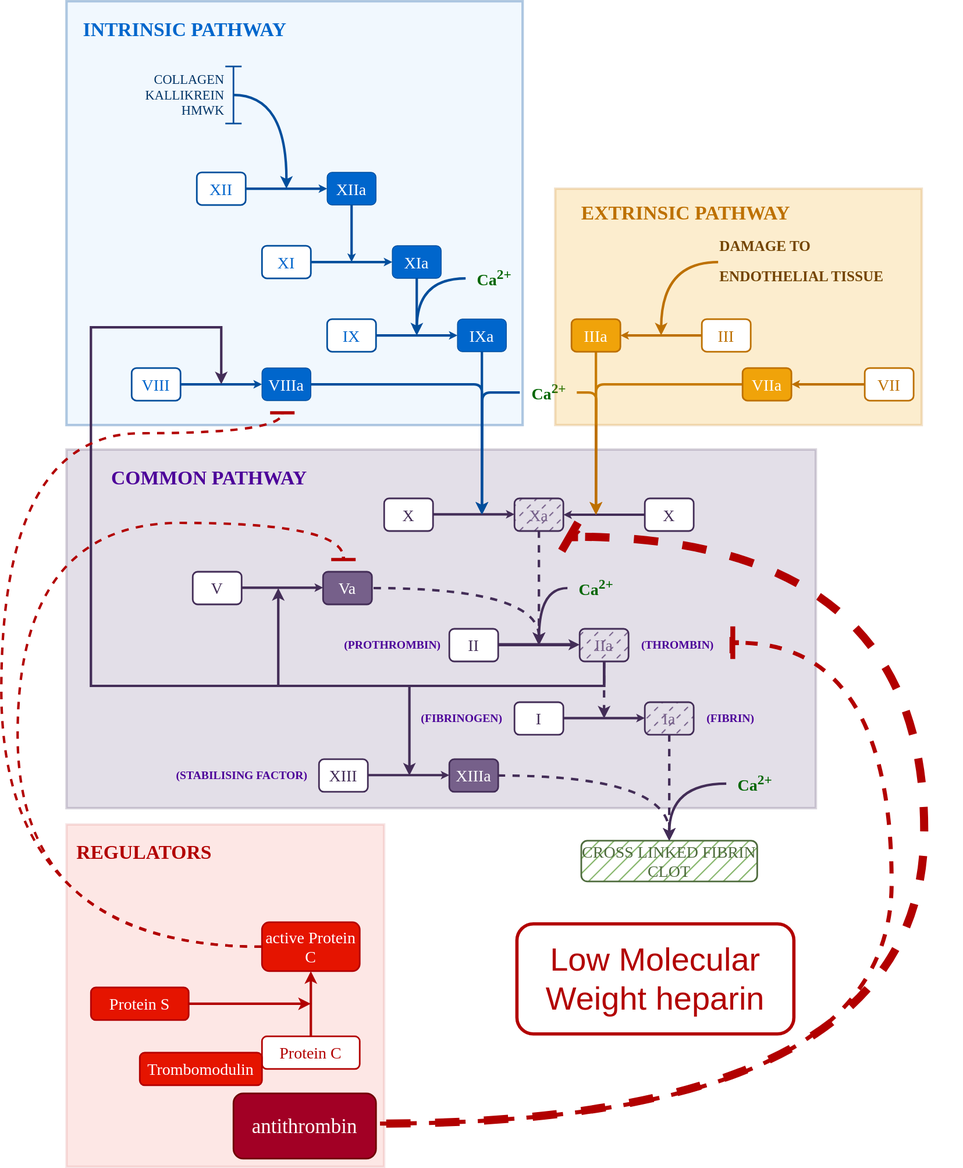
This is images/LMWH.drawio.svg from rmvpaeme/stolling, a draw.io export, as it was before one commit. Source tidied: cells renumbered, new cells last; positions are measured from the earlier drawing's top-left corner, leaving out a move shared by most shapes.
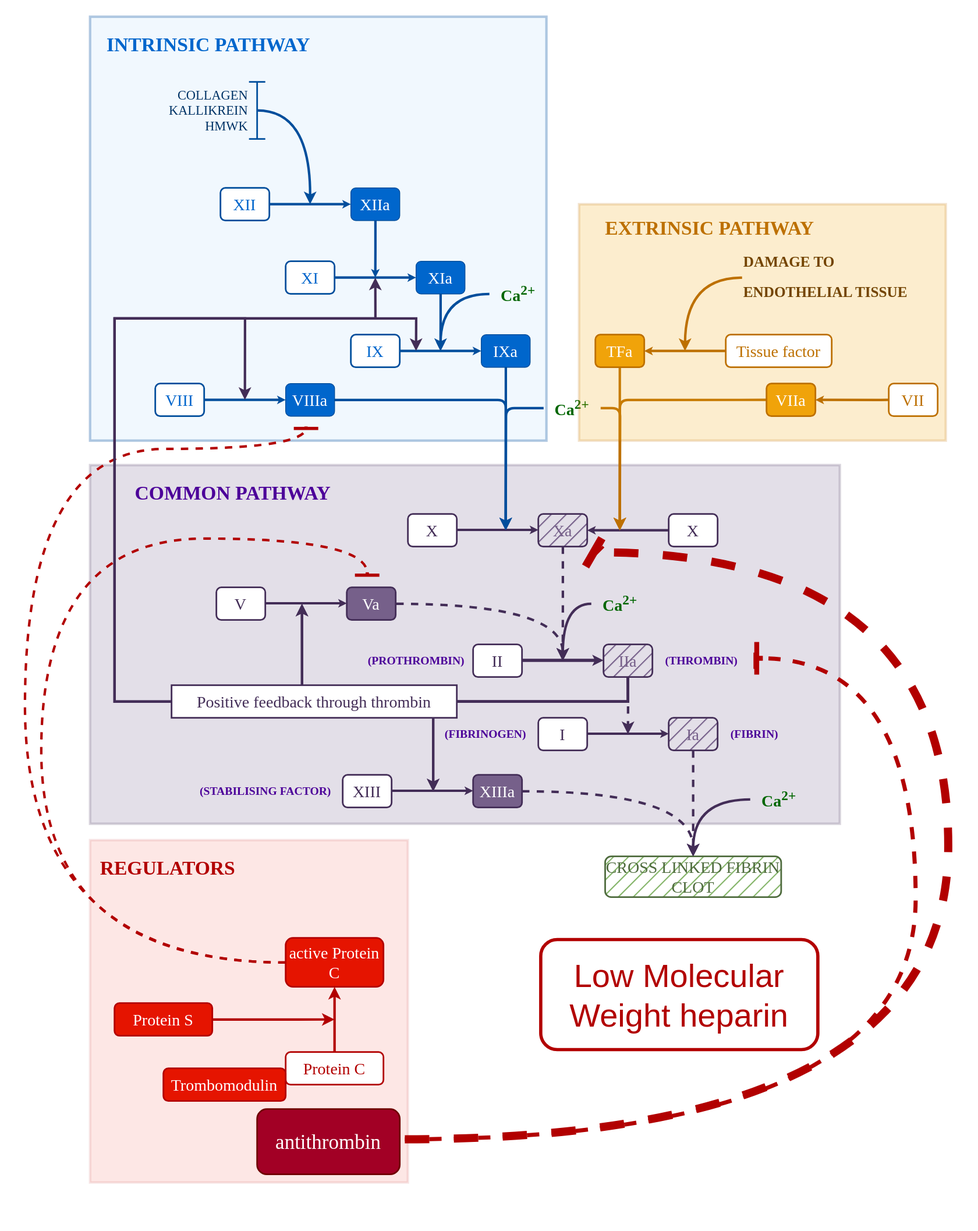
The same diagram one commit later.

What changed in the source:
```diff
@@ -1,10 +1,11 @@
 <mxGraphModel>
   <root>
     <mxCell id="0" />
+    <mxCell id="100" value="frame" parent="0" />
+    <mxCell id="101" style="rounded=0;whiteSpace=wrap;html=1;fillColor=default;strokeColor=none;opacity=0;" parent="100" vertex="1">
+      <mxGeometry x="-30" y="-20" width="1200" height="1510" as="geometry" />
+    </mxCell>
     <mxCell id="1" value="aPTT en LMWH" parent="0" />
-    <mxCell id="2" style="rounded=0;whiteSpace=wrap;html=1;strokeColor=none;" parent="1" vertex="1">
-      <mxGeometry x="80" width="1100" height="1430" as="geometry" />
-    </mxCell>
     <mxCell id="3" style="rounded=0;whiteSpace=wrap;html=1;fillColor=#e51400;strokeWidth=3;strokeColor=#B20000;opacity=10;fontColor=#ffffff;" parent="1" vertex="1">
       <mxGeometry x="80" y="1010" width="390" height="420" as="geometry" />
     </mxCell>
@@ -95,7 +96,7 @@
         <mxPoint x="660" y="790" as="targetPoint" />
       </mxGeometry>
     </mxCell>
-    <mxCell id="28" value="&lt;font face=&quot;Tahoma&quot;&gt;&lt;span style=&quot;font-size: 20px;&quot;&gt;Xa&lt;/span&gt;&lt;/font&gt;" style="rounded=1;whiteSpace=wrap;html=1;fillColor=#76608a;fontColor=#76608A;strokeColor=#432D57;strokeWidth=2;fillStyle=dashed;align=center;verticalAlign=middle;fontFamily=Helvetica;fontSize=12;" parent="1" vertex="1">
+    <mxCell id="28" value="&lt;font face=&quot;Tahoma&quot;&gt;&lt;span style=&quot;font-size: 20px;&quot;&gt;Xa&lt;/span&gt;&lt;/font&gt;" style="rounded=1;whiteSpace=wrap;html=1;fillColor=#76608a;fontColor=#76608A;strokeColor=#432D57;strokeWidth=2;fillStyle=hatch;align=center;verticalAlign=middle;fontFamily=Helvetica;fontSize=12;" parent="1" vertex="1">
       <mxGeometry x="630" y="610" width="60" height="40" as="geometry" />
     </mxCell>
     <mxCell id="29" value="&lt;font face=&quot;Tahoma&quot;&gt;&lt;span style=&quot;font-size: 20px;&quot;&gt;X&lt;/span&gt;&lt;/font&gt;" style="rounded=1;whiteSpace=wrap;html=1;strokeWidth=2;strokeColor=#432D57;fontColor=#432D57;" parent="1" vertex="1">
@@ -139,17 +140,6 @@
         </Array>
       </mxGeometry>
     </mxCell>
-    <mxCell id="38" style="edgeStyle=orthogonalEdgeStyle;rounded=0;jettySize=auto;html=1;strokeWidth=3;strokeColor=#432D57;flowAnimation=0;" parent="1" edge="1" source="40">
-      <mxGeometry relative="1" as="geometry">
-        <mxPoint x="270" y="470" as="targetPoint" />
-        <Array as="points">
-          <mxPoint x="740" y="840" />
-          <mxPoint x="110" y="840" />
-          <mxPoint x="110" y="400" />
-          <mxPoint x="270" y="400" />
-        </Array>
-      </mxGeometry>
-    </mxCell>
     <mxCell id="39" style="edgeStyle=orthogonalEdgeStyle;rounded=0;jettySize=auto;html=1;strokeWidth=3;strokeColor=#432D57;flowAnimation=0;" parent="1" edge="1" source="40">
       <mxGeometry relative="1" as="geometry">
         <mxPoint x="500" y="950" as="targetPoint" />
@@ -159,7 +149,7 @@
         </Array>
       </mxGeometry>
     </mxCell>
-    <mxCell id="40" value="&lt;font face=&quot;Tahoma&quot;&gt;&lt;span style=&quot;font-size: 20px;&quot;&gt;IIa&lt;/span&gt;&lt;/font&gt;" style="rounded=1;whiteSpace=wrap;html=1;fillColor=#76608a;fontColor=#76608A;strokeColor=#432D57;strokeWidth=2;fillStyle=dashed;" parent="1" vertex="1">
+    <mxCell id="40" value="&lt;font face=&quot;Tahoma&quot;&gt;&lt;span style=&quot;font-size: 20px;&quot;&gt;IIa&lt;/span&gt;&lt;/font&gt;" style="rounded=1;whiteSpace=wrap;html=1;fillColor=#76608a;fontColor=#76608A;strokeColor=#432D57;strokeWidth=2;fillStyle=hatch;" parent="1" vertex="1">
       <mxGeometry x="710" y="770" width="60" height="40" as="geometry" />
     </mxCell>
     <mxCell id="41" value="&lt;font face=&quot;Tahoma&quot;&gt;&lt;span style=&quot;font-size: 20px;&quot;&gt;II&lt;/span&gt;&lt;/font&gt;" style="rounded=1;whiteSpace=wrap;html=1;strokeWidth=2;strokeColor=#432D57;fontColor=#432D57;" parent="1" vertex="1">
@@ -177,7 +167,7 @@
     <mxCell id="44" style="edgeStyle=orthogonalEdgeStyle;rounded=0;jettySize=auto;html=1;entryX=0.5;entryY=0;entryDx=0;entryDy=0;strokeColor=#432D57;strokeWidth=3;dashed=1;flowAnimation=1;flowAnimationTimingFunction=ease-in-out;flowAnimationDuration=400;flowAnimationDirection=alternate-reverse;" parent="1" edge="1" source="45" target="54">
       <mxGeometry relative="1" as="geometry" />
     </mxCell>
-    <mxCell id="45" value="&lt;font face=&quot;Tahoma&quot;&gt;&lt;span style=&quot;font-size: 20px;&quot;&gt;Ia&lt;/span&gt;&lt;/font&gt;" style="rounded=1;whiteSpace=wrap;html=1;fillColor=#76608a;fontColor=#76608A;strokeColor=#432D57;strokeWidth=2;fillStyle=dashed;" parent="1" vertex="1">
+    <mxCell id="45" value="&lt;font face=&quot;Tahoma&quot;&gt;&lt;span style=&quot;font-size: 20px;&quot;&gt;Ia&lt;/span&gt;&lt;/font&gt;" style="rounded=1;whiteSpace=wrap;html=1;fillColor=#76608a;fontColor=#76608A;strokeColor=#432D57;strokeWidth=2;fillStyle=hatch;" parent="1" vertex="1">
       <mxGeometry x="790" y="860" width="60" height="40" as="geometry" />
     </mxCell>
     <mxCell id="46" value="&lt;font face=&quot;Tahoma&quot;&gt;&lt;span style=&quot;font-size: 20px;&quot;&gt;I&lt;/span&gt;&lt;/font&gt;" style="rounded=1;whiteSpace=wrap;html=1;strokeWidth=2;strokeColor=#432D57;fontColor=#432D57;" parent="1" vertex="1">
@@ -346,11 +336,11 @@
     <mxCell id="84" value="&lt;h1&gt;&lt;font color=&quot;#bd7000&quot;&gt;EXTRINSIC PATHWAY&lt;/font&gt;&lt;/h1&gt;" style="text;html=1;align=center;verticalAlign=middle;strokeColor=none;fillColor=none;fontColor=#0066cc;fontFamily=Tahoma;" parent="1" vertex="1">
       <mxGeometry x="695" y="225" width="290" height="70" as="geometry" />
     </mxCell>
-    <mxCell id="85" value="&lt;font color=&quot;#ffffff&quot;&gt;&lt;span style=&quot;font-size: 20px;&quot;&gt;IIIa&lt;/span&gt;&lt;/font&gt;" style="rounded=1;whiteSpace=wrap;html=1;fillColor=#f0a30a;fontColor=#000000;strokeColor=#BD7000;strokeWidth=2;fontFamily=Tahoma;" parent="1" vertex="1">
+    <mxCell id="85" value="&lt;font color=&quot;#ffffff&quot;&gt;&lt;span style=&quot;font-size: 20px;&quot;&gt;TFa&lt;/span&gt;&lt;/font&gt;" style="rounded=1;whiteSpace=wrap;html=1;fillColor=#f0a30a;fontColor=#000000;strokeColor=#BD7000;strokeWidth=2;fontFamily=Tahoma;" parent="1" vertex="1">
       <mxGeometry x="700" y="390" width="60" height="40" as="geometry" />
     </mxCell>
-    <mxCell id="86" value="&lt;font face=&quot;Tahoma&quot;&gt;&lt;span style=&quot;font-size: 20px;&quot;&gt;III&lt;/span&gt;&lt;/font&gt;" style="rounded=1;whiteSpace=wrap;html=1;strokeWidth=2;strokeColor=#BD7000;fontColor=#BD7000;" parent="1" vertex="1">
-      <mxGeometry x="860" y="390" width="60" height="40" as="geometry" />
+    <mxCell id="86" value="&lt;font face=&quot;Tahoma&quot;&gt;&lt;span style=&quot;font-size: 20px;&quot;&gt;Tissue factor&lt;/span&gt;&lt;/font&gt;" style="rounded=1;whiteSpace=wrap;html=1;strokeWidth=2;strokeColor=#BD7000;fontColor=#BD7000;" parent="1" vertex="1">
+      <mxGeometry x="860" y="390" width="130" height="40" as="geometry" />
     </mxCell>
     <mxCell id="87" style="edgeStyle=orthogonalEdgeStyle;rounded=0;jettySize=auto;html=1;strokeWidth=3;strokeColor=#BD7000;flowAnimation=0;shadow=0;endSize=1;startSize=1;jumpSize=6;entryX=1;entryY=0.5;entryDx=0;entryDy=0;exitX=0;exitY=0.5;exitDx=0;exitDy=0;fontColor=#BD7000;" parent="1" edge="1" source="86" target="85">
       <mxGeometry relative="1" as="geometry" />
@@ -385,7 +375,7 @@
     <mxCell id="94" value="&lt;font style=&quot;font-size: 25px;&quot; face=&quot;Tahoma&quot;&gt;antithrombin&lt;/font&gt;" style="rounded=1;whiteSpace=wrap;html=1;fillColor=#a20025;fontColor=#ffffff;strokeColor=#6F0000;strokeWidth=2;" parent="1" vertex="1">
       <mxGeometry x="285" y="1340" width="175" height="80" as="geometry" />
     </mxCell>
-    <mxCell id="95" style="edgeStyle=orthogonalEdgeStyle;rounded=0;orthogonalLoop=1;jettySize=auto;html=1;dashed=1;curved=1;strokeWidth=10;strokeColor=#B20000;endArrow=baseDash;endFill=0;endSize=0;startSize=5;flowAnimation=1;flowAnimationDuration=100;" parent="1" edge="1">
+    <mxCell id="95" style="edgeStyle=orthogonalEdgeStyle;rounded=0;orthogonalLoop=1;jettySize=auto;html=1;dashed=1;curved=1;strokeWidth=10;strokeColor=#B20000;endArrow=none;endFill=0;endSize=0;startSize=5;flowAnimation=1;flowAnimationDuration=100;" parent="1" edge="1">
       <mxGeometry relative="1" as="geometry">
         <mxPoint x="463" y="1377" as="sourcePoint" />
         <mxPoint x="703" y="657" as="targetPoint" />
@@ -395,7 +385,7 @@
         </Array>
       </mxGeometry>
     </mxCell>
-    <mxCell id="96" style="edgeStyle=orthogonalEdgeStyle;rounded=0;jettySize=auto;html=1;dashed=1;endArrow=baseDash;endFill=0;strokeWidth=5;strokeColor=#B20000;curved=1;endSize=0;startSize=0;flowAnimation=1;flowAnimationDuration=500;" parent="1" edge="1" target="97">
+    <mxCell id="96" style="edgeStyle=orthogonalEdgeStyle;rounded=0;jettySize=auto;html=1;dashed=1;endArrow=baseDash;endFill=0;strokeWidth=5;strokeColor=#B20000;curved=1;endSize=0;startSize=0;flowAnimation=1;flowAnimationDuration=100;" parent="1" edge="1" target="97">
       <mxGeometry relative="1" as="geometry">
         <mxPoint x="463" y="1377" as="sourcePoint" />
         <Array as="points">
@@ -413,5 +403,64 @@
     <mxCell id="99" value="&lt;font style=&quot;font-size: 40px;&quot;&gt;Low Molecular Weight&amp;nbsp;&lt;/font&gt;&lt;span style=&quot;font-size: 40px; background-color: initial;&quot;&gt;heparin&lt;/span&gt;" style="rounded=1;whiteSpace=wrap;html=1;strokeColor=#B20000;strokeWidth=4;fontColor=#B20000;" parent="1" vertex="1">
       <mxGeometry x="633" y="1132" width="340" height="135" as="geometry" />
     </mxCell>
+    <mxCell id="102" style="edgeStyle=orthogonalEdgeStyle;rounded=0;orthogonalLoop=1;jettySize=auto;html=1;strokeWidth=3;strokeColor=#432D57;flowAnimation=0;" parent="1" edge="1">
+      <mxGeometry relative="1" as="geometry">
+        <mxPoint x="740" y="810" as="sourcePoint" />
+        <mxPoint x="340" y="720" as="targetPoint" />
+        <Array as="points">
+          <mxPoint x="740" y="840" />
+          <mxPoint x="340" y="840" />
+        </Array>
+      </mxGeometry>
+    </mxCell>
+    <mxCell id="103" style="edgeStyle=orthogonalEdgeStyle;rounded=0;orthogonalLoop=1;jettySize=auto;html=1;strokeWidth=3;strokeColor=#432D57;flowAnimation=0;" parent="1" edge="1">
+      <mxGeometry relative="1" as="geometry">
+        <mxPoint x="740" y="810" as="sourcePoint" />
+        <mxPoint x="270" y="470" as="targetPoint" />
+        <Array as="points">
+          <mxPoint x="740" y="840" />
+          <mxPoint x="110" y="840" />
+          <mxPoint x="110" y="370" />
+          <mxPoint x="270" y="370" />
+        </Array>
+      </mxGeometry>
+    </mxCell>
+    <mxCell id="104" style="edgeStyle=orthogonalEdgeStyle;rounded=0;orthogonalLoop=1;jettySize=auto;html=1;strokeWidth=3;strokeColor=#432D57;flowAnimation=0;" parent="1" edge="1">
+      <mxGeometry relative="1" as="geometry">
+        <mxPoint x="740" y="810" as="sourcePoint" />
+        <mxPoint x="500" y="950" as="targetPoint" />
+        <Array as="points">
+          <mxPoint x="740" y="840" />
+          <mxPoint x="501" y="840" />
+        </Array>
+      </mxGeometry>
+    </mxCell>
+    <mxCell id="105" style="edgeStyle=orthogonalEdgeStyle;rounded=0;orthogonalLoop=1;jettySize=auto;html=1;strokeColor=#432D57;strokeWidth=3;align=center;verticalAlign=middle;fontFamily=Helvetica;fontSize=11;fontColor=default;labelBackgroundColor=default;endArrow=classic;flowAnimation=0;" parent="1" edge="1">
+      <mxGeometry relative="1" as="geometry">
+        <mxPoint x="740" y="810" as="sourcePoint" />
+        <mxPoint x="430" y="320" as="targetPoint" />
+        <Array as="points">
+          <mxPoint x="740" y="840" />
+          <mxPoint x="110" y="840" />
+          <mxPoint x="110" y="370" />
+          <mxPoint x="430" y="370" />
+        </Array>
+      </mxGeometry>
+    </mxCell>
+    <mxCell id="106" style="edgeStyle=orthogonalEdgeStyle;rounded=0;orthogonalLoop=1;jettySize=auto;html=1;strokeColor=#432D57;strokeWidth=3;align=center;verticalAlign=middle;fontFamily=Helvetica;fontSize=11;fontColor=default;labelBackgroundColor=default;endArrow=classic;flowAnimation=0;" parent="1" edge="1">
+      <mxGeometry relative="1" as="geometry">
+        <mxPoint x="740" y="810" as="sourcePoint" />
+        <mxPoint x="480" y="410" as="targetPoint" />
+        <Array as="points">
+          <mxPoint x="740" y="840" />
+          <mxPoint x="110" y="840" />
+          <mxPoint x="110" y="370" />
+          <mxPoint x="480" y="370" />
+        </Array>
+      </mxGeometry>
+    </mxCell>
+    <mxCell id="107" value="Positive feedback through thrombin" style="rounded=0;whiteSpace=wrap;html=1;strokeColor=#432D57;strokeWidth=2;align=center;verticalAlign=middle;fontFamily=Tahoma;fontSize=20;fontColor=#432D57;fillColor=default;fillStyle=auto;" parent="1" vertex="1">
+      <mxGeometry x="180" y="820" width="350" height="40" as="geometry" />
+    </mxCell>
   </root>
 </mxGraphModel>
```
